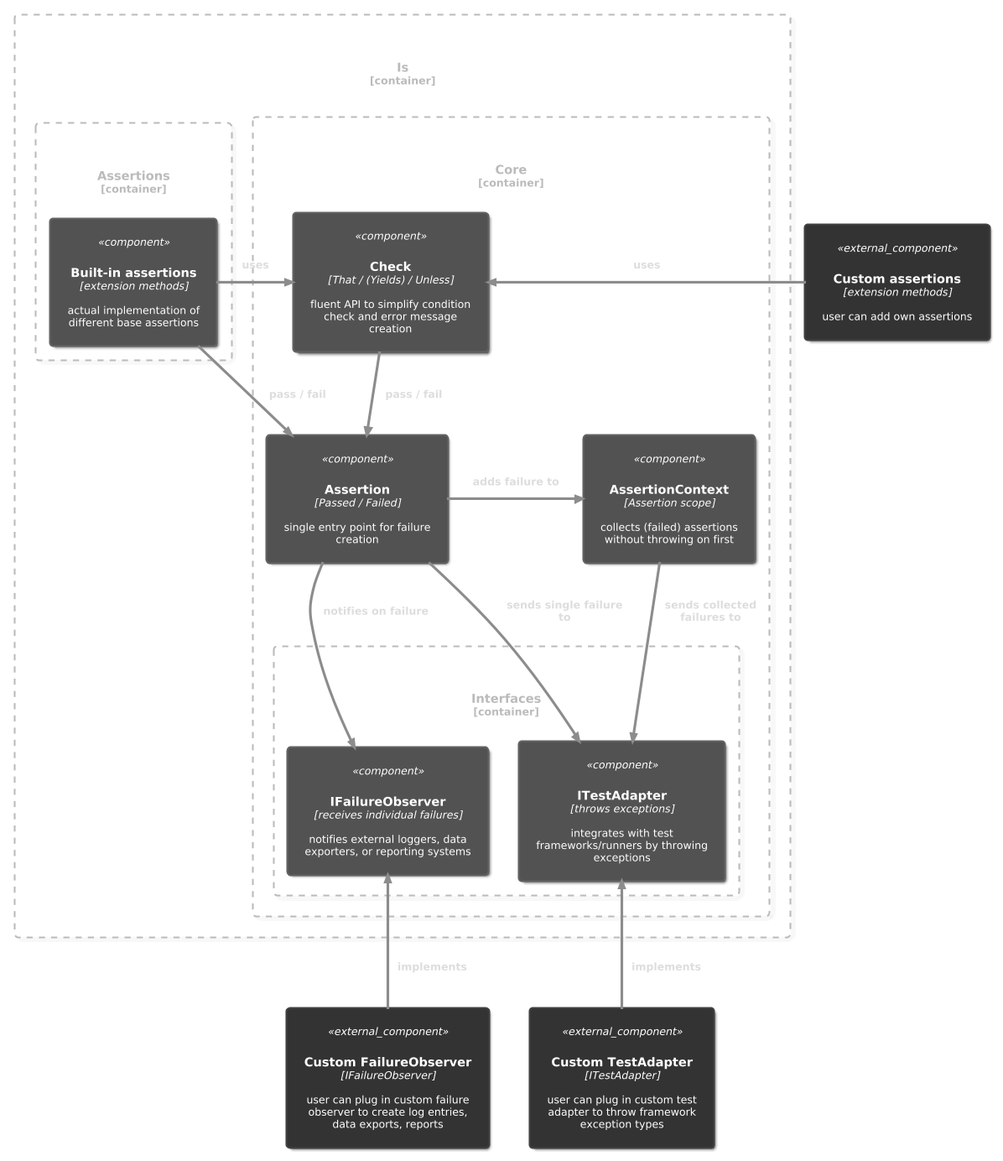
The PlantUML diagram Docs/Architecture.png in chrismo80/Is, before a commit. Its source is kept beside it as Docs/Architecture.plantuml.
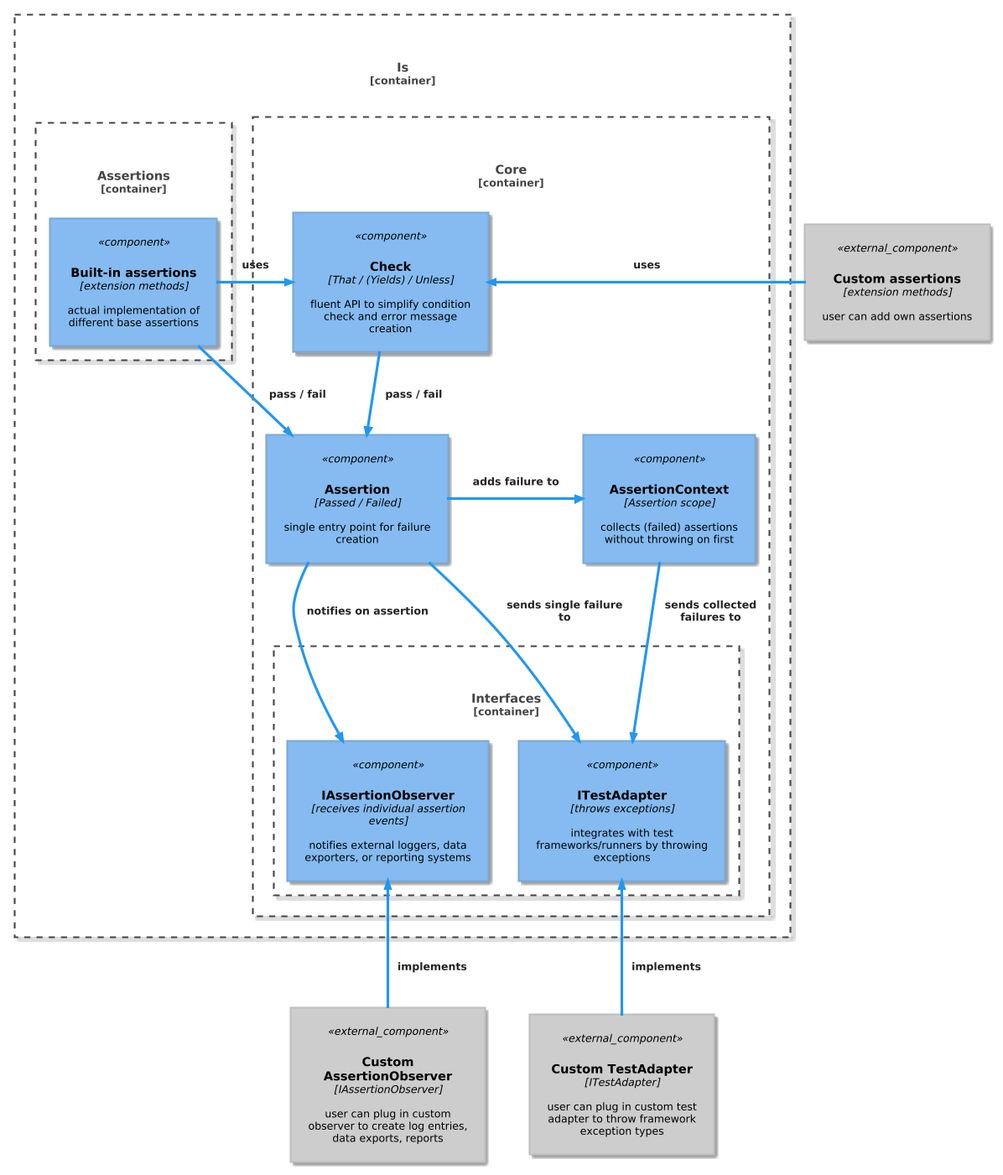
The same diagram one commit later.

Change to the diagram source:
```diff
@@ -5,7 +5,7 @@
 !theme materia
 
 Component_Ext(ca, "Custom assertions", "extension methods", "user can add own assertions")
-Component_Ext(cfo, "Custom FailureObserver", "IFailureObserver", "user can plug in custom failure observer to create log entries, data exports, reports")
+Component_Ext(cfo, "Custom AssertionObserver", "IAssertionObserver", "user can plug in custom observer to create log entries, data exports, reports")
 Component_Ext(cta, "Custom TestAdapter", "ITestAdapter", "user can plug in custom test adapter to throw framework exception types ")
 
 Container_Boundary(Is, "Is") {
@@ -20,7 +20,7 @@
         Component(ctx, "AssertionContext", "Assertion scope", "collects (failed) assertions without throwing on first")
 
         Container_Boundary(Interfaces, "Interfaces") {
-            Component(ifo, "IFailureObserver", "receives individual failures", "notifies external loggers, data exporters, or reporting systems")
+            Component(ifo, "IAssertionObserver", "receives individual assertion events", "notifies external loggers, data exporters, or reporting systems")
             Component(ita, "ITestAdapter", "throws exceptions", "integrates with test frameworks/runners by throwing exceptions")
         }
     }
@@ -28,7 +28,7 @@
 
 
 Rel_R(ass, ctx, "adds failure to")
-Rel(ass, ifo, "notifies on failure")
+Rel(ass, ifo, "notifies on assertion")
 Rel(ass, ita, "sends single failure to")
 
 Rel_R(ext, check, "uses")
```
